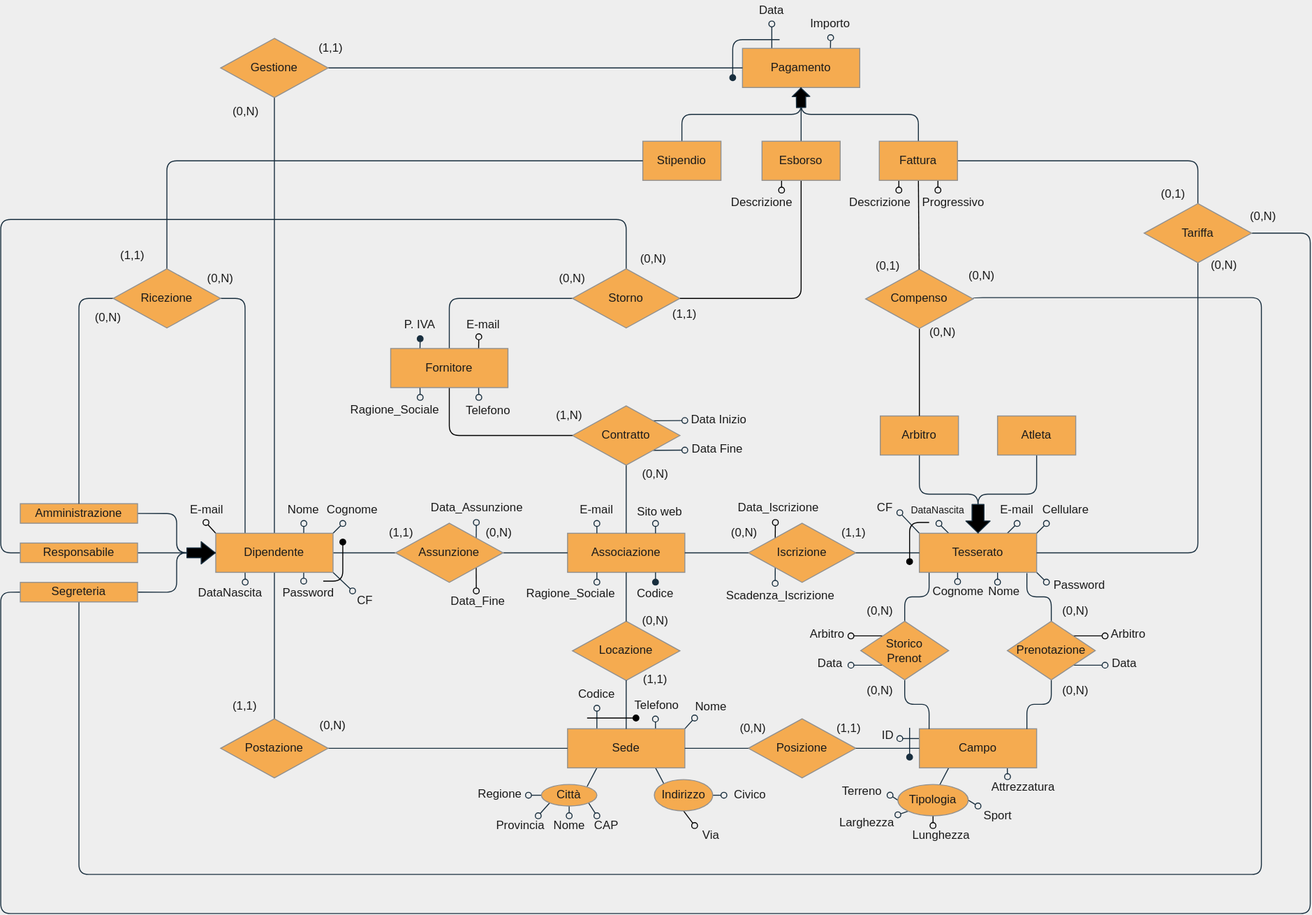
The draw.io diagram Relazione/modelloER.svg in 0xCaso/simple-sport-manager, before a commit. Source tidied: cells renumbered, new cells last; positions are measured from the earlier drawing's top-left corner, leaving out a move shared by most shapes.
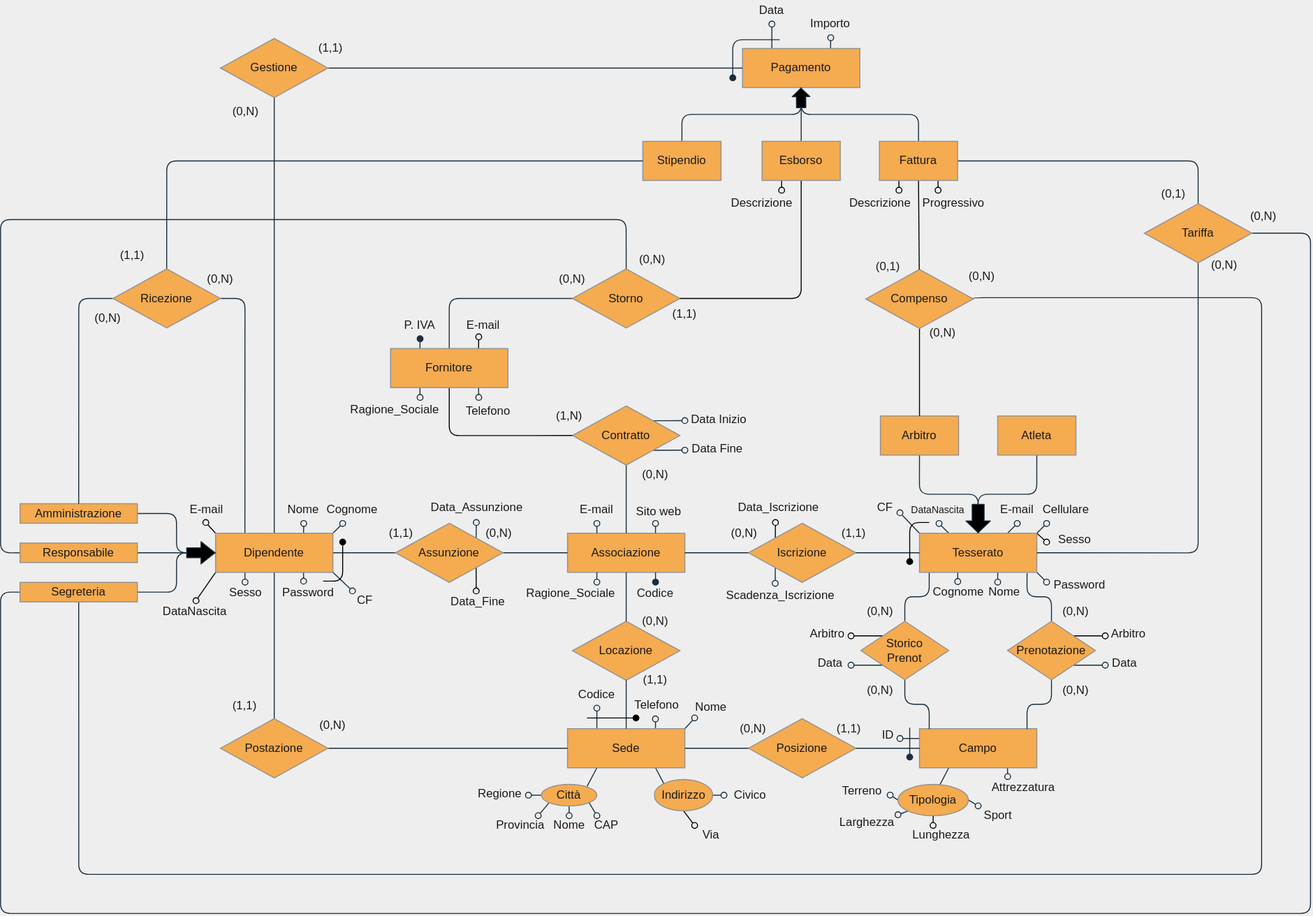
The same file after the commit.

What changed in the source:
```diff
@@ -46,6 +46,11 @@
         <mxPoint x="1070" y="595" as="targetPoint" />
       </mxGeometry>
     </mxCell>
+    <mxCell id="215" style="rounded=0;jettySize=auto;html=1;exitX=1;exitY=0;exitDx=0;exitDy=0;endArrow=oval;endFill=0;" parent="1" edge="1" source="12">
+      <mxGeometry relative="1" as="geometry">
+        <mxPoint x="1070" y="554" as="targetPoint" />
+      </mxGeometry>
+    </mxCell>
     <mxCell id="12" value="Tesserato" style="whiteSpace=wrap;fillColor=#F5AB50;strokeColor=#909090;fontColor=#1A1A1A;" parent="1" vertex="1">
       <mxGeometry x="940" y="545" width="120" height="40" as="geometry" />
     </mxCell>
@@ -223,6 +228,11 @@
         <mxPoint x="210" y="534" as="targetPoint" />
       </mxGeometry>
     </mxCell>
+    <mxCell id="216" style="edgeStyle=none;rounded=0;jettySize=auto;html=1;exitX=0;exitY=1;exitDx=0;exitDy=0;endArrow=oval;endFill=0;" parent="1" edge="1" source="57">
+      <mxGeometry relative="1" as="geometry">
+        <mxPoint x="200" y="614" as="targetPoint" />
+      </mxGeometry>
+    </mxCell>
     <mxCell id="57" value="Dipendente" style="whiteSpace=wrap;fillColor=#F5AB50;strokeColor=#909090;fontColor=#1A1A1A;" parent="1" vertex="1">
       <mxGeometry x="220" y="545" width="120" height="40" as="geometry" />
     </mxCell>
@@ -564,7 +574,7 @@
       <mxGeometry x="727" y="599" width="142" height="20" as="geometry" />
     </mxCell>
     <mxCell id="153" value="DataNascita" style="text;strokeColor=none;fillColor=none;align=center;verticalAlign=middle;whiteSpace=wrap;fontColor=#1A1A1A;" parent="1" vertex="1">
-      <mxGeometry x="191" y="596" width="88" height="20" as="geometry" />
+      <mxGeometry x="155" y="615" width="88" height="20" as="geometry" />
     </mxCell>
     <mxCell id="154" value="Data_Iscrizione" style="text;strokeColor=none;fillColor=none;align=center;verticalAlign=middle;whiteSpace=wrap;fontColor=#1A1A1A;" parent="1" vertex="1">
       <mxGeometry x="742" y="509" width="108" height="20" as="geometry" />
@@ -804,5 +814,11 @@
     <mxCell id="214" value="Ragione_Sociale" style="text;strokeColor=none;fillColor=none;align=center;verticalAlign=middle;whiteSpace=wrap;fontColor=#1A1A1A;" parent="1" vertex="1">
       <mxGeometry x="530" y="594" width="107" height="26.8" as="geometry" />
     </mxCell>
+    <mxCell id="217" value="Sesso" style="text;strokeColor=none;fillColor=none;align=center;verticalAlign=middle;whiteSpace=wrap;fontColor=#1A1A1A;" parent="1" vertex="1">
+      <mxGeometry x="1069" y="542" width="60" height="20" as="geometry" />
+    </mxCell>
+    <mxCell id="218" value="Sesso" style="text;strokeColor=none;fillColor=none;align=center;verticalAlign=middle;whiteSpace=wrap;fontColor=#1A1A1A;" parent="1" vertex="1">
+      <mxGeometry x="231" y="596" width="40" height="20" as="geometry" />
+    </mxCell>
   </root>
 </mxGraphModel>
```
